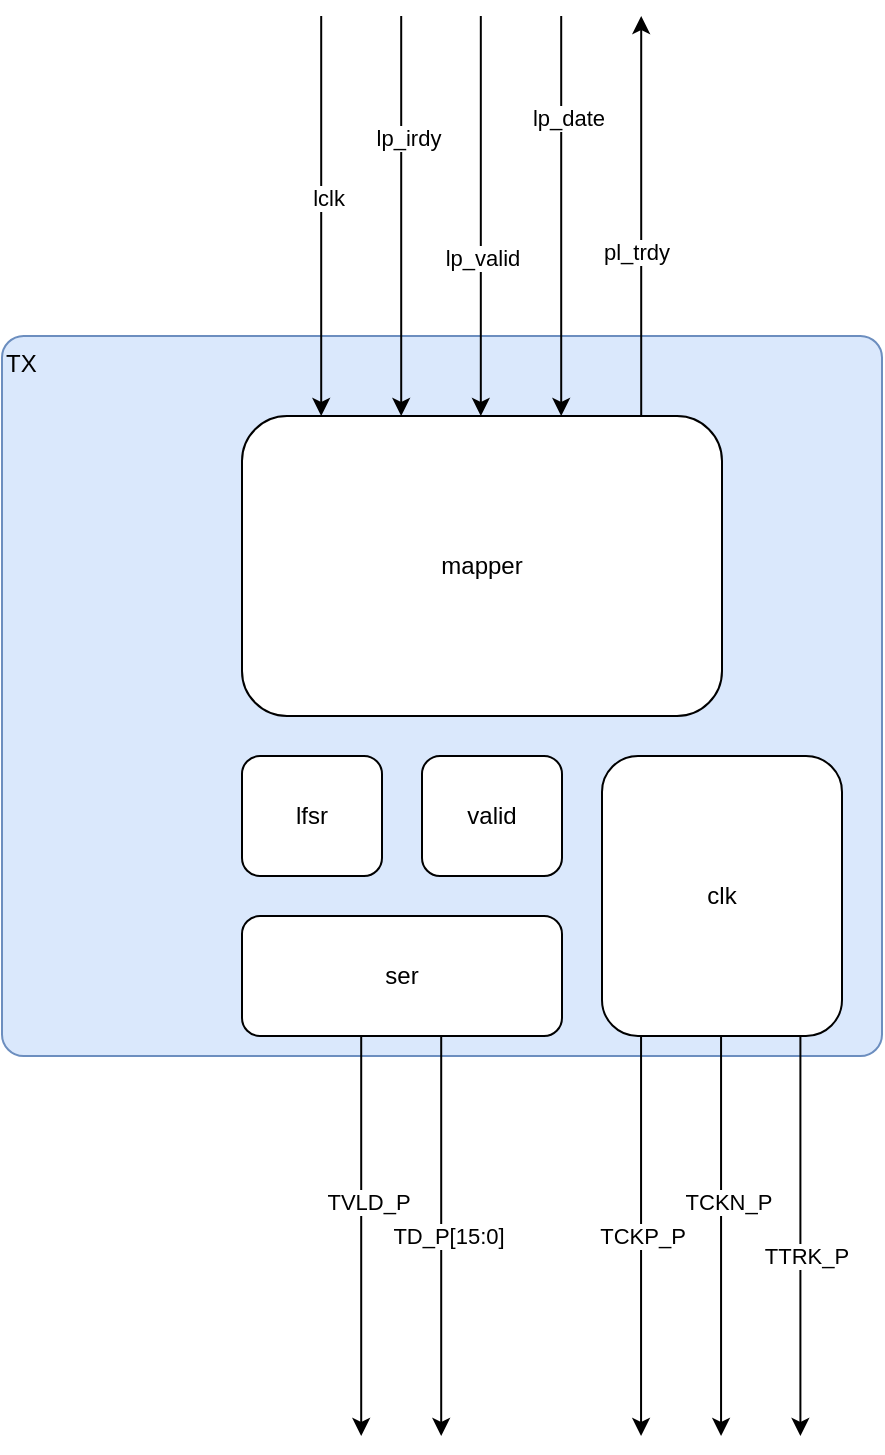
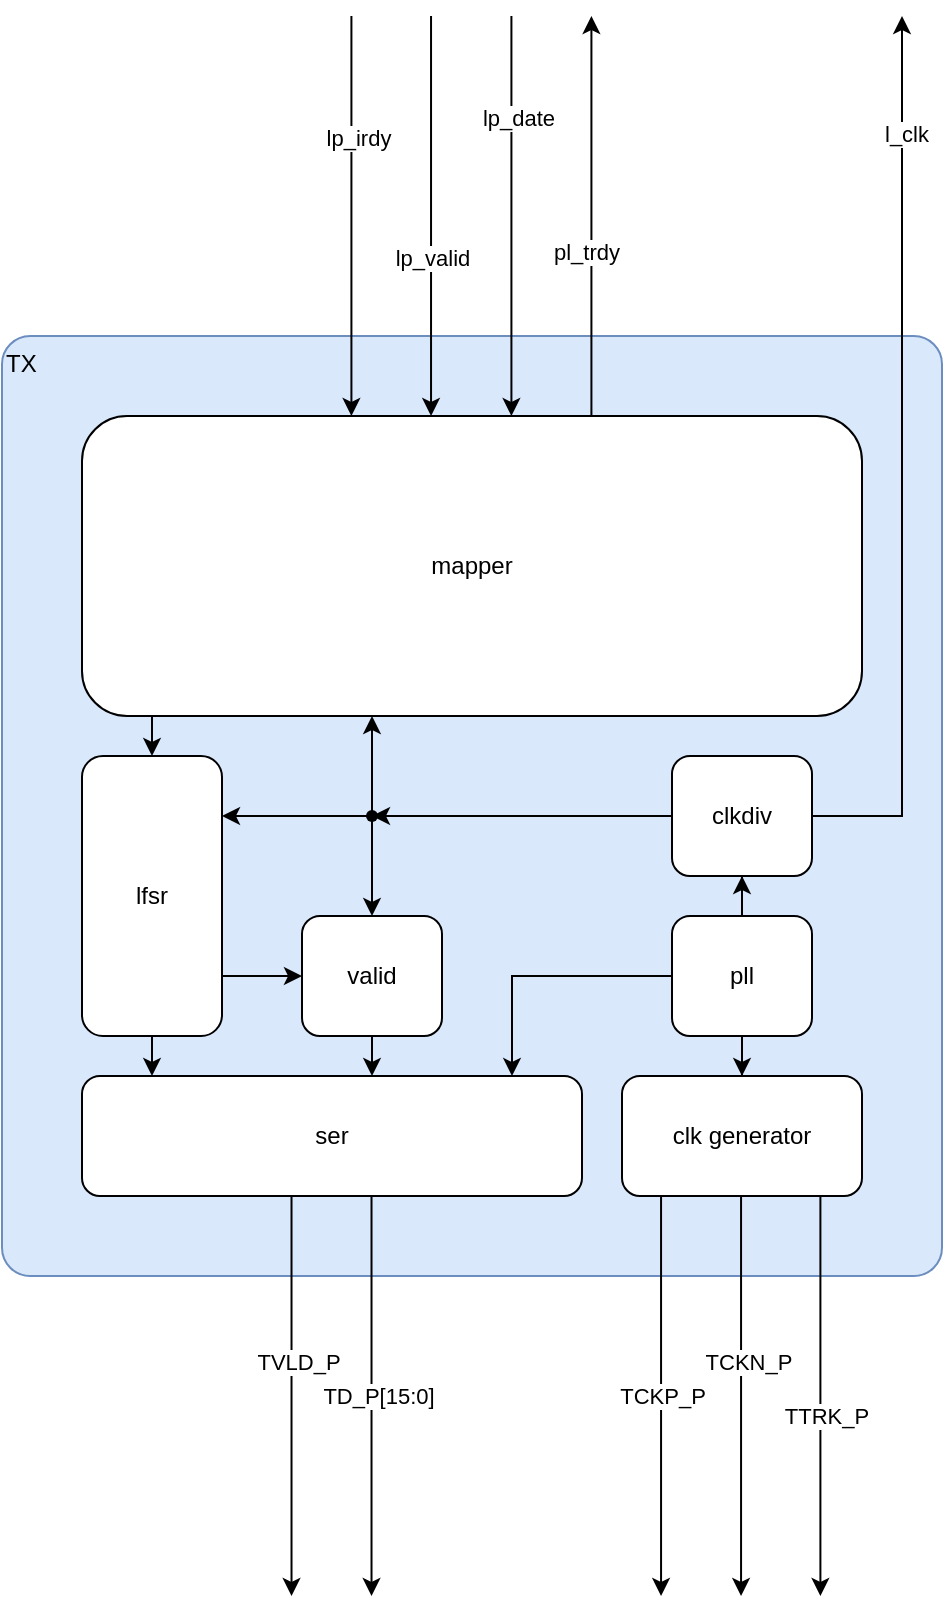
<mxfile host="Electron" pages="2">
  <diagram name="MB Tx scratch" id="l9AvUYOPoKstwatRFHUe">
-     <mxGraphModel dx="1705" dy="1289" grid="1" gridSize="10" guides="1" tooltips="1" connect="1" arrows="1" fold="1" page="1" pageScale="1" pageWidth="291" pageHeight="413" math="0" shadow="0">
+     <mxGraphModel dx="1099" dy="914" grid="1" gridSize="10" guides="1" tooltips="1" connect="1" arrows="1" fold="1" page="1" pageScale="1" pageWidth="291" pageHeight="413" math="0" shadow="0">
      <root>
        <mxCell id="0" />
        <mxCell id="1" parent="0" />
        <mxCell id="S32B5T70Qb6z-M7GYTgG-1" parent="1" style="rounded=1;whiteSpace=wrap;html=1;align=left;verticalAlign=top;arcSize=3;fillColor=#dae8fc;strokeColor=#6c8ebf;" value="TX" vertex="1">
-           <mxGeometry height="360" width="440" x="-120" as="geometry" />
-         </mxCell>
-         <mxCell id="S32B5T70Qb6z-M7GYTgG-2" edge="1" parent="1" style="endArrow=classic;html=1;rounded=0;" value="">
-           <mxGeometry height="50" relative="1" width="50" as="geometry">
-             <mxPoint x="39.6" y="-160" as="sourcePoint" />
-             <mxPoint x="39.6" y="40" as="targetPoint" />
-           </mxGeometry>
-         </mxCell>
-         <mxCell id="S32B5T70Qb6z-M7GYTgG-3" connectable="0" parent="S32B5T70Qb6z-M7GYTgG-2" style="edgeLabel;html=1;align=center;verticalAlign=middle;resizable=0;points=[];" value="lclk" vertex="1">
-           <mxGeometry relative="1" x="-0.1748" y="3" as="geometry">
-             <mxPoint y="8" as="offset" />
-           </mxGeometry>
+           <mxGeometry height="470" width="470" x="-40" y="-80" as="geometry" />
        </mxCell>
        <mxCell id="S32B5T70Qb6z-M7GYTgG-4" edge="1" parent="1" style="endArrow=classic;html=1;rounded=0;" value="">
          <mxGeometry height="50" relative="1" width="50" as="geometry">
-             <mxPoint x="79.6" y="-160" as="sourcePoint" />
-             <mxPoint x="79.6" y="40" as="targetPoint" />
+             <mxPoint x="134.70999999999998" y="-240" as="sourcePoint" />
+             <mxPoint x="134.70999999999998" y="-40" as="targetPoint" />
          </mxGeometry>
        </mxCell>
        <mxCell id="S32B5T70Qb6z-M7GYTgG-5" connectable="0" parent="S32B5T70Qb6z-M7GYTgG-4" style="edgeLabel;html=1;align=center;verticalAlign=middle;resizable=0;points=[];" value="lp_irdy" vertex="1">
          <mxGeometry relative="1" x="-0.1748" y="3" as="geometry">
            <mxPoint y="-22" as="offset" />
          </mxGeometry>
        </mxCell>
        <mxCell id="S32B5T70Qb6z-M7GYTgG-6" edge="1" parent="1" style="endArrow=classic;html=1;rounded=0;" value="">
          <mxGeometry height="50" relative="1" width="50" as="geometry">
-             <mxPoint x="119.41" y="-160" as="sourcePoint" />
-             <mxPoint x="119.41" y="40" as="targetPoint" />
+             <mxPoint x="174.51999999999998" y="-240" as="sourcePoint" />
+             <mxPoint x="174.51999999999998" y="-40" as="targetPoint" />
          </mxGeometry>
        </mxCell>
        <mxCell id="S32B5T70Qb6z-M7GYTgG-7" connectable="0" parent="S32B5T70Qb6z-M7GYTgG-6" style="edgeLabel;html=1;align=center;verticalAlign=middle;resizable=0;points=[];" value="lp_valid" vertex="1">
          <mxGeometry relative="1" x="-0.1748" y="3" as="geometry">
            <mxPoint x="-3" y="38" as="offset" />
          </mxGeometry>
        </mxCell>
        <mxCell id="S32B5T70Qb6z-M7GYTgG-8" edge="1" parent="1" style="endArrow=classic;html=1;rounded=0;" value="">
          <mxGeometry height="50" relative="1" width="50" as="geometry">
-             <mxPoint x="159.6" y="-160" as="sourcePoint" />
-             <mxPoint x="159.6" y="40" as="targetPoint" />
+             <mxPoint x="214.70999999999998" y="-240" as="sourcePoint" />
+             <mxPoint x="214.70999999999998" y="-40" as="targetPoint" />
          </mxGeometry>
        </mxCell>
        <mxCell id="S32B5T70Qb6z-M7GYTgG-9" connectable="0" parent="S32B5T70Qb6z-M7GYTgG-8" style="edgeLabel;html=1;align=center;verticalAlign=middle;resizable=0;points=[];" value="lp_date" vertex="1">
          <mxGeometry relative="1" x="-0.1748" y="3" as="geometry">
            <mxPoint y="-32" as="offset" />
          </mxGeometry>
        </mxCell>
        <mxCell id="S32B5T70Qb6z-M7GYTgG-10" edge="1" parent="1" style="endArrow=classic;html=1;rounded=0;" value="">
          <mxGeometry height="50" relative="1" width="50" as="geometry">
-             <mxPoint x="199.6" y="40" as="sourcePoint" />
-             <mxPoint x="199.6" y="-160" as="targetPoint" />
+             <mxPoint x="254.70999999999998" y="-40" as="sourcePoint" />
+             <mxPoint x="254.70999999999998" y="-240" as="targetPoint" />
          </mxGeometry>
        </mxCell>
        <mxCell id="S32B5T70Qb6z-M7GYTgG-11" connectable="0" parent="S32B5T70Qb6z-M7GYTgG-10" style="edgeLabel;html=1;align=center;verticalAlign=middle;resizable=0;points=[];" value="pl_trdy" vertex="1">
          <mxGeometry relative="1" x="-0.1748" y="3" as="geometry">
            <mxPoint as="offset" />
          </mxGeometry>
        </mxCell>
        <mxCell id="S32B5T70Qb6z-M7GYTgG-12" edge="1" parent="1" style="endArrow=classic;html=1;rounded=0;" value="">
          <mxGeometry height="50" relative="1" width="50" as="geometry">
-             <mxPoint x="199.53" y="350" as="sourcePoint" />
-             <mxPoint x="199.53" y="550" as="targetPoint" />
+             <mxPoint x="289.53" y="350" as="sourcePoint" />
+             <mxPoint x="289.53" y="550" as="targetPoint" />
          </mxGeometry>
        </mxCell>
        <mxCell id="S32B5T70Qb6z-M7GYTgG-13" connectable="0" parent="S32B5T70Qb6z-M7GYTgG-12" style="edgeLabel;html=1;align=center;verticalAlign=middle;resizable=0;points=[];" value="TCKP_P" vertex="1">
          <mxGeometry relative="1" x="-0.1748" y="3" as="geometry">
            <mxPoint x="-3" y="17" as="offset" />
          </mxGeometry>
        </mxCell>
        <mxCell id="S32B5T70Qb6z-M7GYTgG-14" edge="1" parent="1" style="endArrow=classic;html=1;rounded=0;" value="">
          <mxGeometry height="50" relative="1" width="50" as="geometry">
-             <mxPoint x="239.53" y="350" as="sourcePoint" />
-             <mxPoint x="239.53" y="550" as="targetPoint" />
+             <mxPoint x="329.53" y="350" as="sourcePoint" />
+             <mxPoint x="329.53" y="550" as="targetPoint" />
          </mxGeometry>
        </mxCell>
        <mxCell id="S32B5T70Qb6z-M7GYTgG-15" connectable="0" parent="S32B5T70Qb6z-M7GYTgG-14" style="edgeLabel;html=1;align=center;verticalAlign=middle;resizable=0;points=[];" value="TCKN_P" vertex="1">
          <mxGeometry relative="1" x="-0.1748" y="3" as="geometry">
            <mxPoint as="offset" />
          </mxGeometry>
        </mxCell>
        <mxCell id="S32B5T70Qb6z-M7GYTgG-16" edge="1" parent="1" style="endArrow=classic;html=1;rounded=0;" value="">
          <mxGeometry height="50" relative="1" width="50" as="geometry">
-             <mxPoint x="279.20000000000005" y="350" as="sourcePoint" />
-             <mxPoint x="279.20000000000005" y="550" as="targetPoint" />
+             <mxPoint x="369.20000000000005" y="350" as="sourcePoint" />
+             <mxPoint x="369.20000000000005" y="550" as="targetPoint" />
          </mxGeometry>
        </mxCell>
        <mxCell id="S32B5T70Qb6z-M7GYTgG-17" connectable="0" parent="S32B5T70Qb6z-M7GYTgG-16" style="edgeLabel;html=1;align=center;verticalAlign=middle;resizable=0;points=[];" value="TTRK_P" vertex="1">
          <mxGeometry relative="1" x="-0.1748" y="3" as="geometry">
            <mxPoint y="27" as="offset" />
          </mxGeometry>
        </mxCell>
        <mxCell id="S32B5T70Qb6z-M7GYTgG-18" edge="1" parent="1" style="endArrow=classic;html=1;rounded=0;" value="">
          <mxGeometry height="50" relative="1" width="50" as="geometry">
-             <mxPoint x="59.599999999999994" y="350" as="sourcePoint" />
-             <mxPoint x="59.599999999999994" y="550" as="targetPoint" />
+             <mxPoint x="104.75999999999999" y="350" as="sourcePoint" />
+             <mxPoint x="104.75999999999999" y="550" as="targetPoint" />
          </mxGeometry>
        </mxCell>
        <mxCell id="S32B5T70Qb6z-M7GYTgG-19" connectable="0" parent="S32B5T70Qb6z-M7GYTgG-18" style="edgeLabel;html=1;align=center;verticalAlign=middle;resizable=0;points=[];" value="TVLD_P" vertex="1">
          <mxGeometry relative="1" x="-0.1748" y="3" as="geometry">
            <mxPoint as="offset" />
          </mxGeometry>
        </mxCell>
        <mxCell id="S32B5T70Qb6z-M7GYTgG-20" edge="1" parent="1" style="endArrow=classic;html=1;rounded=0;" value="">
          <mxGeometry height="50" relative="1" width="50" as="geometry">
-             <mxPoint x="99.6" y="350" as="sourcePoint" />
-             <mxPoint x="99.6" y="550" as="targetPoint" />
+             <mxPoint x="144.76" y="350" as="sourcePoint" />
+             <mxPoint x="144.76" y="550" as="targetPoint" />
          </mxGeometry>
        </mxCell>
        <mxCell id="S32B5T70Qb6z-M7GYTgG-21" connectable="0" parent="S32B5T70Qb6z-M7GYTgG-20" style="edgeLabel;html=1;align=center;verticalAlign=middle;resizable=0;points=[];" value="TD_P[15:0]" vertex="1">
          <mxGeometry relative="1" x="-0.1748" y="3" as="geometry">
            <mxPoint y="17" as="offset" />
          </mxGeometry>
        </mxCell>
        <mxCell id="S32B5T70Qb6z-M7GYTgG-23" parent="1" style="rounded=1;whiteSpace=wrap;html=1;" value="mapper" vertex="1">
-           <mxGeometry height="150" width="240" y="40" as="geometry" />
+           <mxGeometry height="150" width="390" y="-40" as="geometry" />
+         </mxCell>
+         <mxCell id="1FiFd1ZhfE_NdX5w4cO2-13" edge="1" parent="1" source="S32B5T70Qb6z-M7GYTgG-24" style="edgeStyle=orthogonalEdgeStyle;rounded=0;orthogonalLoop=1;jettySize=auto;html=1;" target="S32B5T70Qb6z-M7GYTgG-25">
+           <mxGeometry relative="1" as="geometry">
+             <Array as="points">
+               <mxPoint x="35" y="280" />
+               <mxPoint x="35" y="280" />
+             </Array>
+           </mxGeometry>
+         </mxCell>
+         <mxCell id="1FiFd1ZhfE_NdX5w4cO2-14" edge="1" parent="1" source="S32B5T70Qb6z-M7GYTgG-23" style="edgeStyle=orthogonalEdgeStyle;rounded=0;orthogonalLoop=1;jettySize=auto;html=1;" target="S32B5T70Qb6z-M7GYTgG-24">
+           <mxGeometry relative="1" as="geometry">
+             <Array as="points">
+               <mxPoint x="35" y="120" />
+               <mxPoint x="35" y="120" />
+             </Array>
+           </mxGeometry>
+         </mxCell>
+         <mxCell id="1FiFd1ZhfE_NdX5w4cO2-15" edge="1" parent="1" source="S32B5T70Qb6z-M7GYTgG-24" style="edgeStyle=orthogonalEdgeStyle;rounded=0;orthogonalLoop=1;jettySize=auto;html=1;" target="S32B5T70Qb6z-M7GYTgG-29">
+           <mxGeometry relative="1" as="geometry">
+             <Array as="points">
+               <mxPoint x="80" y="240" />
+               <mxPoint x="80" y="240" />
+             </Array>
+           </mxGeometry>
        </mxCell>
        <mxCell id="S32B5T70Qb6z-M7GYTgG-24" parent="1" style="rounded=1;whiteSpace=wrap;html=1;" value="lfsr" vertex="1">
-           <mxGeometry height="60" width="70" y="210" as="geometry" />
+           <mxGeometry height="140" width="70" y="130" as="geometry" />
+         </mxCell>
+         <mxCell id="1FiFd1ZhfE_NdX5w4cO2-3" edge="1" parent="1" source="1FiFd1ZhfE_NdX5w4cO2-2" style="edgeStyle=orthogonalEdgeStyle;rounded=0;orthogonalLoop=1;jettySize=auto;html=1;" target="S32B5T70Qb6z-M7GYTgG-25">
+           <mxGeometry relative="1" as="geometry">
+             <Array as="points">
+               <mxPoint x="215" y="280" />
+               <mxPoint x="215" y="280" />
+             </Array>
+           </mxGeometry>
        </mxCell>
        <mxCell id="S32B5T70Qb6z-M7GYTgG-25" parent="1" style="rounded=1;whiteSpace=wrap;html=1;" value="ser" vertex="1">
-           <mxGeometry height="60" width="160" y="290" as="geometry" />
-         </mxCell>
-         <mxCell id="S32B5T70Qb6z-M7GYTgG-26" parent="1" style="rounded=1;whiteSpace=wrap;html=1;" value="clk" vertex="1">
-           <mxGeometry height="140" width="120" x="180" y="210" as="geometry" />
+           <mxGeometry height="60" width="250" y="290" as="geometry" />
+         </mxCell>
+         <mxCell id="S32B5T70Qb6z-M7GYTgG-26" parent="1" style="rounded=1;whiteSpace=wrap;html=1;" value="clk generator" vertex="1">
+           <mxGeometry height="60" width="120" x="270" y="290" as="geometry" />
+         </mxCell>
+         <mxCell id="1FiFd1ZhfE_NdX5w4cO2-12" edge="1" parent="1" source="S32B5T70Qb6z-M7GYTgG-29" style="edgeStyle=orthogonalEdgeStyle;rounded=0;orthogonalLoop=1;jettySize=auto;html=1;" target="S32B5T70Qb6z-M7GYTgG-25">
+           <mxGeometry relative="1" as="geometry">
+             <Array as="points">
+               <mxPoint x="140" y="290" />
+               <mxPoint x="140" y="290" />
+             </Array>
+           </mxGeometry>
        </mxCell>
        <mxCell id="S32B5T70Qb6z-M7GYTgG-29" parent="1" style="rounded=1;whiteSpace=wrap;html=1;" value="valid" vertex="1">
-           <mxGeometry height="60" width="70" x="90" y="210" as="geometry" />
+           <mxGeometry height="60" width="70" x="110" y="210" as="geometry" />
+         </mxCell>
+         <mxCell id="1FiFd1ZhfE_NdX5w4cO2-6" edge="1" parent="1" source="1FiFd1ZhfE_NdX5w4cO2-10" style="edgeStyle=orthogonalEdgeStyle;rounded=0;orthogonalLoop=1;jettySize=auto;html=1;exitDx=0;exitDy=0;" target="S32B5T70Qb6z-M7GYTgG-29">
+           <mxGeometry relative="1" as="geometry" />
+         </mxCell>
+         <mxCell id="iF0ahJSSp1sPnlpPvTG5-1" edge="1" parent="1" source="1FiFd1ZhfE_NdX5w4cO2-1" style="edgeStyle=orthogonalEdgeStyle;rounded=0;orthogonalLoop=1;jettySize=auto;html=1;exitX=1;exitY=0.5;exitDx=0;exitDy=0;">
+           <mxGeometry relative="1" as="geometry">
+             <Array as="points">
+               <mxPoint x="410" y="160" />
+               <mxPoint x="410" y="-240" />
+             </Array>
+             <mxPoint x="410" y="-240" as="targetPoint" />
+           </mxGeometry>
+         </mxCell>
+         <mxCell id="iF0ahJSSp1sPnlpPvTG5-2" connectable="0" parent="iF0ahJSSp1sPnlpPvTG5-1" style="edgeLabel;html=1;align=center;verticalAlign=middle;resizable=0;points=[];" value="l_clk" vertex="1">
+           <mxGeometry relative="1" x="0.7341" y="3" as="geometry">
+             <mxPoint x="5" as="offset" />
+           </mxGeometry>
+         </mxCell>
+         <mxCell id="1FiFd1ZhfE_NdX5w4cO2-1" parent="1" style="rounded=1;whiteSpace=wrap;html=1;" value="clkdiv" vertex="1">
+           <mxGeometry height="60" width="70" x="295" y="130" as="geometry" />
+         </mxCell>
+         <mxCell id="1FiFd1ZhfE_NdX5w4cO2-4" edge="1" parent="1" source="1FiFd1ZhfE_NdX5w4cO2-2" style="edgeStyle=orthogonalEdgeStyle;rounded=0;orthogonalLoop=1;jettySize=auto;html=1;" target="1FiFd1ZhfE_NdX5w4cO2-1">
+           <mxGeometry relative="1" as="geometry">
+             <mxPoint x="329.76" y="208.5" as="sourcePoint" />
+             <mxPoint x="329.76" y="191.5" as="targetPoint" />
+           </mxGeometry>
+         </mxCell>
+         <mxCell id="1FiFd1ZhfE_NdX5w4cO2-7" edge="1" parent="1" source="1FiFd1ZhfE_NdX5w4cO2-2" style="edgeStyle=orthogonalEdgeStyle;rounded=0;orthogonalLoop=1;jettySize=auto;html=1;" target="S32B5T70Qb6z-M7GYTgG-26">
+           <mxGeometry relative="1" as="geometry" />
+         </mxCell>
+         <mxCell id="1FiFd1ZhfE_NdX5w4cO2-2" parent="1" style="rounded=1;whiteSpace=wrap;html=1;" value="pll" vertex="1">
+           <mxGeometry height="60" width="70" x="295" y="210" as="geometry" />
+         </mxCell>
+         <mxCell id="1FiFd1ZhfE_NdX5w4cO2-9" edge="1" parent="1" source="1FiFd1ZhfE_NdX5w4cO2-1" style="edgeStyle=orthogonalEdgeStyle;rounded=0;orthogonalLoop=1;jettySize=auto;html=1;exitX=0;exitY=0.5;exitDx=0;exitDy=0;" target="1FiFd1ZhfE_NdX5w4cO2-10" value="">
+           <mxGeometry relative="1" as="geometry">
+             <mxPoint x="180" y="160" as="sourcePoint" />
+             <mxPoint x="120" y="210" as="targetPoint" />
+           </mxGeometry>
+         </mxCell>
+         <mxCell id="1FiFd1ZhfE_NdX5w4cO2-11" edge="1" parent="1" source="1FiFd1ZhfE_NdX5w4cO2-10" style="edgeStyle=orthogonalEdgeStyle;rounded=0;orthogonalLoop=1;jettySize=auto;html=1;" target="S32B5T70Qb6z-M7GYTgG-24">
+           <mxGeometry relative="1" as="geometry">
+             <Array as="points">
+               <mxPoint x="80" y="160" />
+               <mxPoint x="80" y="160" />
+             </Array>
+           </mxGeometry>
+         </mxCell>
+         <mxCell id="1FiFd1ZhfE_NdX5w4cO2-17" edge="1" parent="1" source="1FiFd1ZhfE_NdX5w4cO2-10" style="edgeStyle=orthogonalEdgeStyle;rounded=0;orthogonalLoop=1;jettySize=auto;html=1;" target="S32B5T70Qb6z-M7GYTgG-23">
+           <mxGeometry relative="1" as="geometry">
+             <Array as="points">
+               <mxPoint x="145" y="120" />
+               <mxPoint x="145" y="120" />
+             </Array>
+           </mxGeometry>
+         </mxCell>
+         <mxCell id="1FiFd1ZhfE_NdX5w4cO2-10" parent="1" style="shape=waypoint;sketch=0;fillStyle=solid;size=6;pointerEvents=1;points=[];fillColor=none;resizable=0;rotatable=0;perimeter=centerPerimeter;snapToPoint=1;" value="" vertex="1">
+           <mxGeometry height="20" width="20" x="135" y="150" as="geometry" />
        </mxCell>
      </root>
    </mxGraphModel>
  </diagram>
  <diagram id="vDCLTV_LQ3B-DdNUoTz2" name="Mapper">
    <mxGraphModel dx="1266" dy="604" grid="1" gridSize="10" guides="1" tooltips="1" connect="1" arrows="1" fold="1" page="1" pageScale="1" pageWidth="291" pageHeight="413" math="0" shadow="0">
      <root>
        <mxCell id="0" />
        <mxCell id="1" parent="0" />
        <mxCell id="l4myAXVECB_DR5PDKO0M-1" edge="1" parent="1" style="endArrow=classic;html=1;rounded=0;" value="">
          <mxGeometry height="50" relative="1" width="50" as="geometry">
            <mxPoint x="79.6" y="40" as="sourcePoint" />
            <mxPoint x="79.6" y="240" as="targetPoint" />
          </mxGeometry>
        </mxCell>
        <mxCell id="l4myAXVECB_DR5PDKO0M-2" connectable="0" parent="l4myAXVECB_DR5PDKO0M-1" style="edgeLabel;html=1;align=center;verticalAlign=middle;resizable=0;points=[];" value="lclk" vertex="1">
          <mxGeometry relative="1" x="-0.1748" y="3" as="geometry">
            <mxPoint y="8" as="offset" />
          </mxGeometry>
        </mxCell>
        <mxCell id="l4myAXVECB_DR5PDKO0M-3" edge="1" parent="1" style="endArrow=classic;html=1;rounded=0;" value="">
          <mxGeometry height="50" relative="1" width="50" as="geometry">
            <mxPoint x="119.6" y="40" as="sourcePoint" />
            <mxPoint x="119.6" y="240" as="targetPoint" />
          </mxGeometry>
        </mxCell>
        <mxCell id="l4myAXVECB_DR5PDKO0M-4" connectable="0" parent="l4myAXVECB_DR5PDKO0M-3" style="edgeLabel;html=1;align=center;verticalAlign=middle;resizable=0;points=[];" value="lp_irdy" vertex="1">
          <mxGeometry relative="1" x="-0.1748" y="3" as="geometry">
            <mxPoint y="-22" as="offset" />
          </mxGeometry>
        </mxCell>
        <mxCell id="l4myAXVECB_DR5PDKO0M-5" edge="1" parent="1" style="endArrow=classic;html=1;rounded=0;" value="">
          <mxGeometry height="50" relative="1" width="50" as="geometry">
            <mxPoint x="159.41" y="40" as="sourcePoint" />
            <mxPoint x="159.41" y="240" as="targetPoint" />
          </mxGeometry>
        </mxCell>
        <mxCell id="l4myAXVECB_DR5PDKO0M-6" connectable="0" parent="l4myAXVECB_DR5PDKO0M-5" style="edgeLabel;html=1;align=center;verticalAlign=middle;resizable=0;points=[];" value="lp_valid" vertex="1">
          <mxGeometry relative="1" x="-0.1748" y="3" as="geometry">
            <mxPoint x="-3" y="38" as="offset" />
          </mxGeometry>
        </mxCell>
        <mxCell id="l4myAXVECB_DR5PDKO0M-7" edge="1" parent="1" style="endArrow=classic;html=1;rounded=0;" value="">
          <mxGeometry height="50" relative="1" width="50" as="geometry">
            <mxPoint x="199.6" y="40" as="sourcePoint" />
            <mxPoint x="199.6" y="240" as="targetPoint" />
          </mxGeometry>
        </mxCell>
        <mxCell id="l4myAXVECB_DR5PDKO0M-8" connectable="0" parent="l4myAXVECB_DR5PDKO0M-7" style="edgeLabel;html=1;align=center;verticalAlign=middle;resizable=0;points=[];" value="lp_date" vertex="1">
          <mxGeometry relative="1" x="-0.1748" y="3" as="geometry">
            <mxPoint y="-32" as="offset" />
          </mxGeometry>
        </mxCell>
        <mxCell id="l4myAXVECB_DR5PDKO0M-9" edge="1" parent="1" style="endArrow=classic;html=1;rounded=0;" value="">
          <mxGeometry height="50" relative="1" width="50" as="geometry">
            <mxPoint x="239.6" y="240" as="sourcePoint" />
            <mxPoint x="239.6" y="40" as="targetPoint" />
          </mxGeometry>
        </mxCell>
        <mxCell id="l4myAXVECB_DR5PDKO0M-10" connectable="0" parent="l4myAXVECB_DR5PDKO0M-9" style="edgeLabel;html=1;align=center;verticalAlign=middle;resizable=0;points=[];" value="pl_trdy" vertex="1">
          <mxGeometry relative="1" x="-0.1748" y="3" as="geometry">
            <mxPoint as="offset" />
          </mxGeometry>
        </mxCell>
        <mxCell id="l4myAXVECB_DR5PDKO0M-11" parent="1" style="rounded=1;whiteSpace=wrap;html=1;" value="Mapper" vertex="1">
          <mxGeometry height="160" width="240" x="40" y="240" as="geometry" />
        </mxCell>
        <mxCell id="jJtQWnbVdULaWrtHXktu-1" edge="1" parent="1" style="endArrow=classic;html=1;rounded=0;" value="">
          <mxGeometry height="50" relative="1" width="50" as="geometry">
            <mxPoint x="200" y="400" as="sourcePoint" />
            <mxPoint x="200" y="600" as="targetPoint" />
          </mxGeometry>
        </mxCell>
        <mxCell id="jJtQWnbVdULaWrtHXktu-2" connectable="0" parent="jJtQWnbVdULaWrtHXktu-1" style="edgeLabel;html=1;align=center;verticalAlign=middle;resizable=0;points=[];" value="lanes[31:0][15:0]" vertex="1">
          <mxGeometry relative="1" x="-0.1748" y="3" as="geometry">
            <mxPoint x="-3" y="-12" as="offset" />
          </mxGeometry>
        </mxCell>
        <mxCell id="jJtQWnbVdULaWrtHXktu-4" edge="1" parent="1" style="endArrow=classic;html=1;rounded=0;" value="">
          <mxGeometry height="50" relative="1" width="50" as="geometry">
            <mxPoint x="-80" y="280" as="sourcePoint" />
            <mxPoint x="40" y="280" as="targetPoint" />
          </mxGeometry>
        </mxCell>
        <mxCell id="jJtQWnbVdULaWrtHXktu-5" connectable="0" parent="jJtQWnbVdULaWrtHXktu-4" style="edgeLabel;html=1;align=center;verticalAlign=middle;resizable=0;points=[];" value="Tx_lane_map[2:0]" vertex="1">
          <mxGeometry relative="1" x="0.0071" y="1" as="geometry">
            <mxPoint as="offset" />
          </mxGeometry>
        </mxCell>
        <mxCell id="jJtQWnbVdULaWrtHXktu-6" edge="1" parent="1" style="endArrow=classic;html=1;rounded=0;" value="">
          <mxGeometry height="50" relative="1" width="50" as="geometry">
            <mxPoint x="-80" y="319.76" as="sourcePoint" />
            <mxPoint x="40" y="319.76" as="targetPoint" />
          </mxGeometry>
        </mxCell>
        <mxCell id="jJtQWnbVdULaWrtHXktu-7" connectable="0" parent="jJtQWnbVdULaWrtHXktu-6" style="edgeLabel;html=1;align=center;verticalAlign=middle;resizable=0;points=[];" value="en" vertex="1">
          <mxGeometry relative="1" x="0.0071" y="1" as="geometry">
            <mxPoint as="offset" />
          </mxGeometry>
        </mxCell>
        <mxCell id="jJtQWnbVdULaWrtHXktu-8" edge="1" parent="1" style="endArrow=classic;html=1;rounded=0;" value="">
          <mxGeometry height="50" relative="1" width="50" as="geometry">
            <mxPoint x="-80" y="350" as="sourcePoint" />
            <mxPoint x="40" y="350" as="targetPoint" />
          </mxGeometry>
        </mxCell>
        <mxCell id="jJtQWnbVdULaWrtHXktu-9" connectable="0" parent="jJtQWnbVdULaWrtHXktu-8" style="edgeLabel;html=1;align=center;verticalAlign=middle;resizable=0;points=[];" value="rst_n" vertex="1">
          <mxGeometry relative="1" x="0.0071" y="1" as="geometry">
            <mxPoint as="offset" />
          </mxGeometry>
        </mxCell>
        <mxCell id="jJtQWnbVdULaWrtHXktu-10" edge="1" parent="1" style="endArrow=classic;html=1;rounded=0;" value="">
          <mxGeometry height="50" relative="1" width="50" as="geometry">
            <mxPoint x="120" y="400" as="sourcePoint" />
            <mxPoint x="120" y="600" as="targetPoint" />
          </mxGeometry>
        </mxCell>
        <mxCell id="jJtQWnbVdULaWrtHXktu-11" connectable="0" parent="jJtQWnbVdULaWrtHXktu-10" style="edgeLabel;html=1;align=center;verticalAlign=middle;resizable=0;points=[];" value="data_valid" vertex="1">
          <mxGeometry relative="1" x="-0.1748" y="3" as="geometry">
            <mxPoint y="8" as="offset" />
          </mxGeometry>
        </mxCell>
      </root>
    </mxGraphModel>
  </diagram>
</mxfile>
